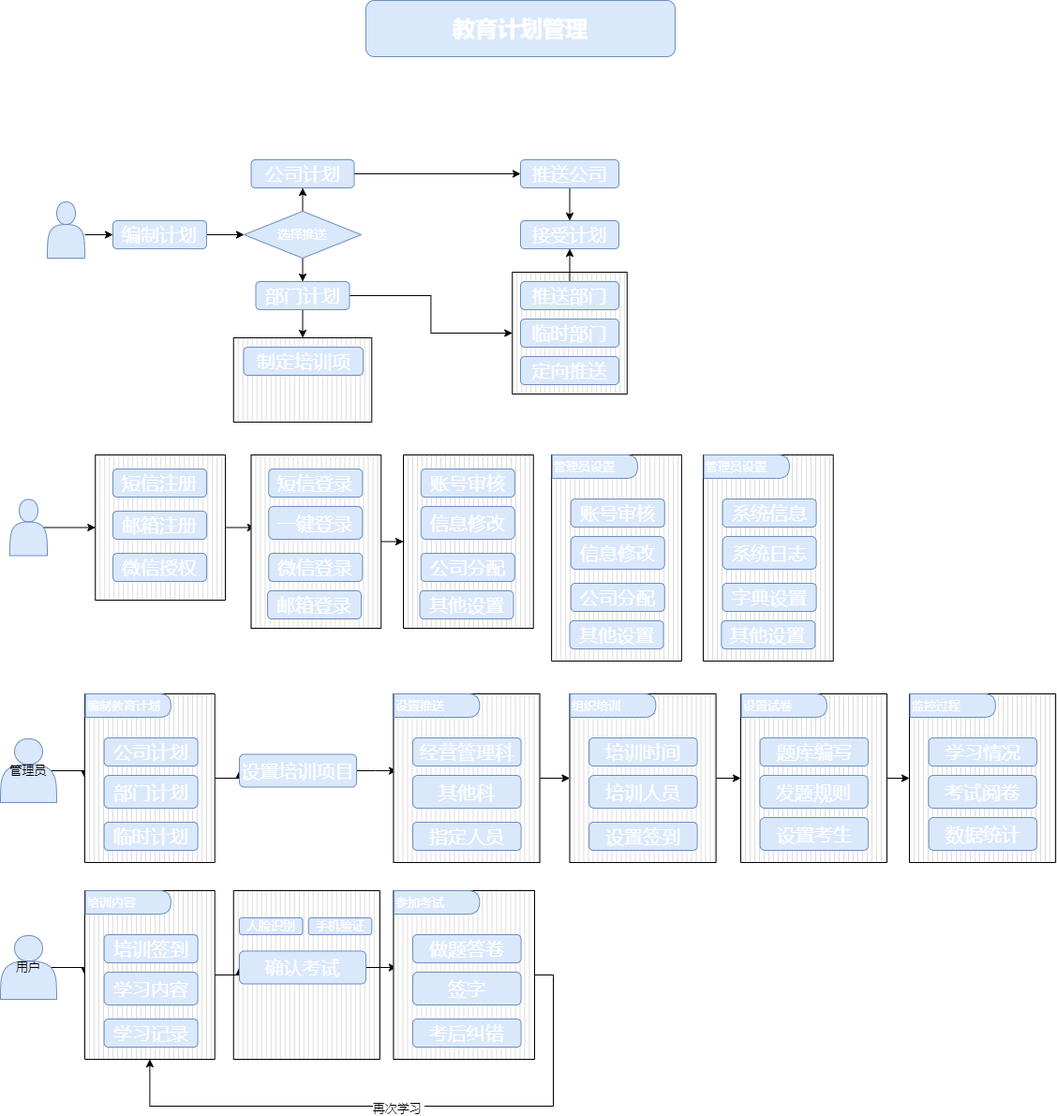
This is Untitled Diagram.drawio.png from lenonjone/Toolkits, a draw.io export, as it was before one commit. Source tidied: cells renumbered, new cells last; positions are measured from the earlier drawing's top-left corner, leaving out a move shared by most shapes.
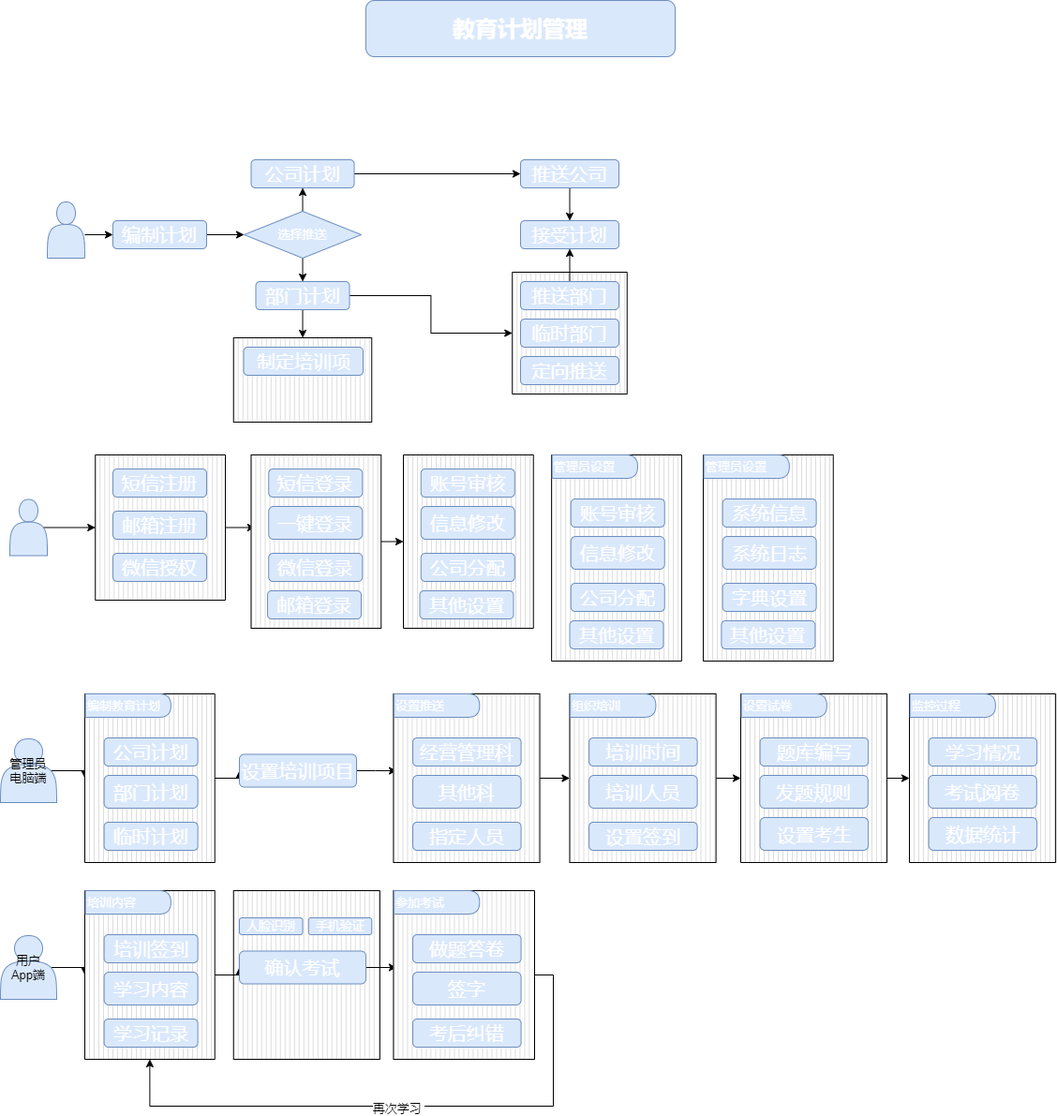
The same diagram one commit later.

The edit, as a diff of the source:
```diff
@@ -169,7 +169,7 @@
     <mxCell id="56" style="edgeStyle=orthogonalEdgeStyle;rounded=0;jettySize=auto;html=1;exitX=0.9;exitY=0.5;exitDx=0;exitDy=0;exitPerimeter=0;entryX=0;entryY=0.5;entryDx=0;entryDy=0;entryPerimeter=0;fontSize=13;fontColor=#FFFFFF;" parent="1" edge="1" source="57" target="59">
       <mxGeometry relative="1" as="geometry" />
     </mxCell>
-    <mxCell id="57" value="管理员" style="shape=actor;whiteSpace=wrap;html=1;fontSize=13;fillColor=#dae8fc;strokeColor=#6c8ebf;" parent="1" vertex="1">
+    <mxCell id="57" value="管理员&lt;br&gt;电脑端" style="shape=actor;whiteSpace=wrap;html=1;fontSize=13;fillColor=#dae8fc;strokeColor=#6c8ebf;" parent="1" vertex="1">
       <mxGeometry y="788" width="60" height="68" as="geometry" />
     </mxCell>
     <mxCell id="58" style="edgeStyle=orthogonalEdgeStyle;rounded=0;jettySize=auto;html=1;exitX=1;exitY=0.5;exitDx=0;exitDy=0;exitPerimeter=0;entryX=0;entryY=0.5;entryDx=0;entryDy=0;fontSize=13;fontColor=#FFFFFF;" parent="1" edge="1" source="59" target="65">
@@ -253,7 +253,7 @@
     <mxCell id="84" style="edgeStyle=orthogonalEdgeStyle;rounded=0;jettySize=auto;html=1;exitX=0.9;exitY=0.5;exitDx=0;exitDy=0;exitPerimeter=0;entryX=0;entryY=0.5;entryDx=0;entryDy=0;entryPerimeter=0;fontSize=13;fontColor=#FFFFFF;" parent="1" edge="1" source="85" target="87">
       <mxGeometry relative="1" as="geometry" />
     </mxCell>
-    <mxCell id="85" value="用户" style="shape=actor;whiteSpace=wrap;html=1;fontSize=13;fillColor=#dae8fc;strokeColor=#6c8ebf;" parent="1" vertex="1">
+    <mxCell id="85" value="用户&lt;br&gt;App端" style="shape=actor;whiteSpace=wrap;html=1;fontSize=13;fillColor=#dae8fc;strokeColor=#6c8ebf;" parent="1" vertex="1">
       <mxGeometry y="998" width="60" height="68" as="geometry" />
     </mxCell>
     <mxCell id="86" style="edgeStyle=orthogonalEdgeStyle;rounded=0;jettySize=auto;html=1;exitX=1;exitY=0.5;exitDx=0;exitDy=0;exitPerimeter=0;entryX=0;entryY=0.5;entryDx=0;entryDy=0;fontSize=13;fontColor=#FFFFFF;" parent="1" edge="1" source="87" target="93">
```
